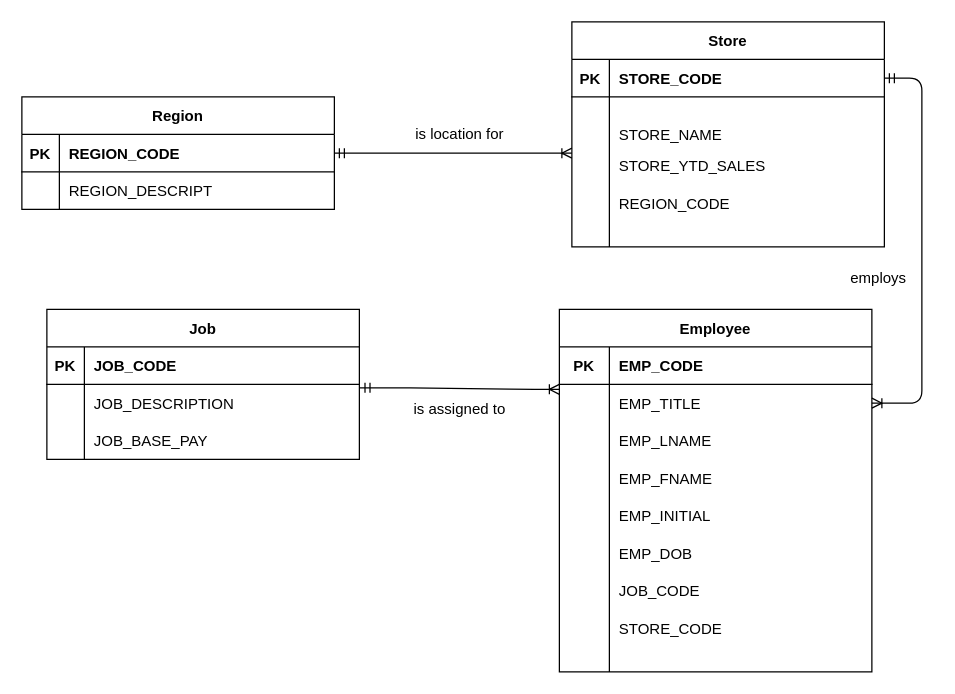
This is Untitled Diagram.drawio from khiru27/UM-stuff, a draw.io file, before an edit. Source tidied: cells renumbered, new cells numbered last; positions are measured from the earlier drawing's top-left corner, leaving out a move shared by most shapes. Both pictures are drawn from the tidied source at 125%, with x=0, y=0 at pixel (21, 21).
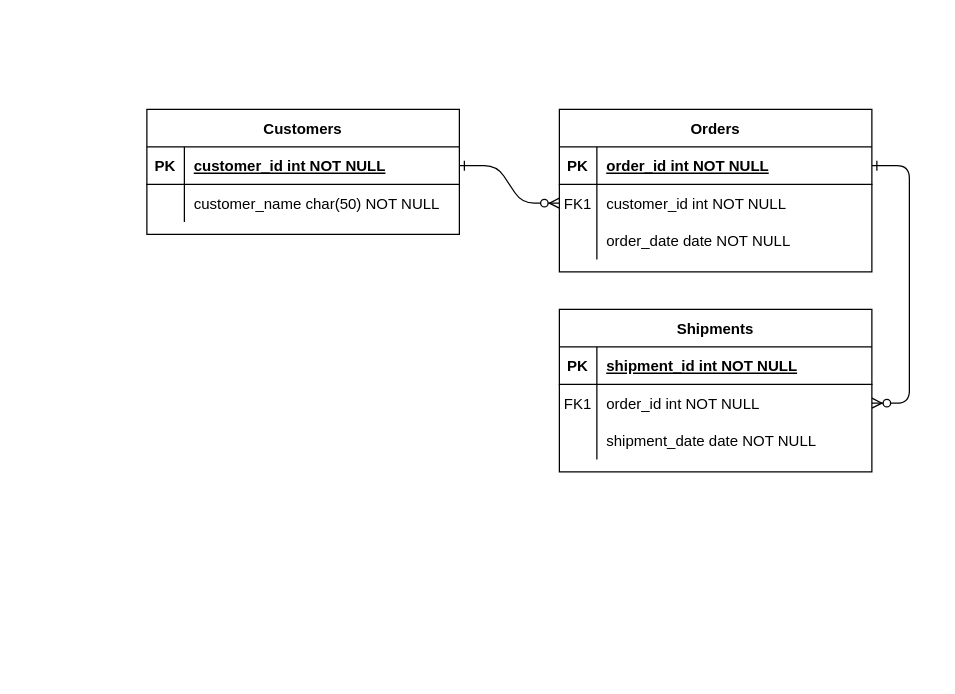
The same diagram, later.

The change refers to these unchanged cells:
```xml
<mxCell id="5" style="shape=partialRectangle;fillColor=none;points=[[0,0.5],[1,0.5]];portConstraint=eastwest;top=0;left=0;right=0;bottom=1;" parent="4" vertex="1">
  <mxGeometry y="30" width="250" height="30" as="geometry" />
</mxCell>
<mxCell id="15" style="shape=partialRectangle;fillColor=none;top=0;left=0;right=0;bottom=1;" parent="14" vertex="1">
  <mxGeometry y="30" width="250" height="30" as="geometry" />
</mxCell>
<mxCell id="18" style="shape=partialRectangle;fillColor=none;points=[[0,0.5],[1,0.5]];portConstraint=eastwest;top=0;left=0;right=0;bottom=0;" parent="14" vertex="1">
  <mxGeometry y="60" width="250" height="30" as="geometry" />
</mxCell>
<mxCell id="25" style="shape=partialRectangle;fillColor=none;points=[[0,0.5],[1,0.5]];portConstraint=eastwest;top=0;left=0;right=0;bottom=1;" parent="24" vertex="1">
  <mxGeometry y="30" width="250" height="30" as="geometry" />
</mxCell>
<mxCell id="28" style="shape=partialRectangle;fillColor=none;top=0;left=0;right=0;bottom=0;" parent="24" vertex="1">
  <mxGeometry y="60" width="250" height="30" as="geometry" />
</mxCell>
```

The edit, as a diff of the source:
```diff
@@
-    <mxCell id="2" style="edgeStyle=entityRelationEdgeStyle;endArrow=ERoneToMany;startArrow=ERmandOne;endFill=0;startFill=0;" parent="1" edge="1" source="25" target="8">
+    <mxCell id="2" style="edgeStyle=entityRelationEdgeStyle;endArrow=ERzeroToMany;startArrow=ERone;endFill=1;startFill=0;" parent="1" edge="1" source="25" target="8">
       <mxGeometry relative="1" as="geometry" />
     </mxCell>
-    <mxCell id="3" style="edgeStyle=entityRelationEdgeStyle;endArrow=ERoneToMany;startArrow=ERmandOne;endFill=0;startFill=0;" parent="1" edge="1" source="5" target="18">
+    <mxCell id="3" style="edgeStyle=entityRelationEdgeStyle;endArrow=ERzeroToMany;startArrow=ERone;endFill=1;startFill=0;" parent="1" edge="1" source="5" target="18">
       <mxGeometry relative="1" as="geometry" />
     </mxCell>
-    <mxCell id="4" value="Store" style="shape=table;startSize=30;childLayout=tableLayout;rowLines=0;fontStyle=1;align=center;" parent="1" vertex="1">
-      <mxGeometry x="440" width="250" height="180" as="geometry" />
+    <mxCell id="4" value="Orders" style="shape=table;startSize=30;childLayout=tableLayout;rowLines=0;fontStyle=1;align=center;" parent="1" vertex="1">
+      <mxGeometry x="430" y="70" width="250" height="130" as="geometry" />
     </mxCell>
@@
-    <mxCell id="7" value="STORE_CODE" style="shape=partialRectangle;overflow=hidden;fillColor=none;top=0;left=0;bottom=0;right=0;align=left;spacingLeft=6;fontStyle=1;" parent="5" vertex="1">
+    <mxCell id="7" value="order_id int NOT NULL " style="shape=partialRectangle;overflow=hidden;fillColor=none;top=0;left=0;bottom=0;right=0;align=left;spacingLeft=6;fontStyle=5;" parent="5" vertex="1">
       <mxGeometry x="30" width="220" height="30" as="geometry" />
     </mxCell>
     <mxCell id="8" style="shape=partialRectangle;fillColor=none;points=[[0,0.5],[1,0.5]];portConstraint=eastwest;top=0;left=0;right=0;bottom=0;" parent="4" vertex="1">
-      <mxGeometry y="60" width="250" height="90" as="geometry" />
+      <mxGeometry y="60" width="250" height="30" as="geometry" />
     </mxCell>
-    <mxCell id="9" style="shape=partialRectangle;overflow=hidden;fillColor=none;top=0;left=0;bottom=0;right=0;" parent="8" vertex="1">
-      <mxGeometry width="30" height="90" as="geometry" />
+    <mxCell id="9" value="FK1" style="shape=partialRectangle;overflow=hidden;fillColor=none;top=0;left=0;bottom=0;right=0;" parent="8" vertex="1">
+      <mxGeometry width="30" height="30" as="geometry" />
     </mxCell>
-    <mxCell id="10" style="shape=partialRectangle;overflow=hidden;fillColor=none;top=0;left=0;bottom=0;right=0;align=left;spacingLeft=6;" parent="8" vertex="1">
-      <mxGeometry x="30" width="220" height="90" as="geometry" />
+    <mxCell id="10" value="customer_id int NOT NULL" style="shape=partialRectangle;overflow=hidden;fillColor=none;top=0;left=0;bottom=0;right=0;align=left;spacingLeft=6;" parent="8" vertex="1">
+      <mxGeometry x="30" width="220" height="30" as="geometry" />
     </mxCell>
     <mxCell id="11" style="shape=partialRectangle;fillColor=none;top=0;left=0;right=0;bottom=0;" parent="4" vertex="1">
-      <mxGeometry y="150" width="250" height="30" as="geometry" />
+      <mxGeometry y="90" width="250" height="30" as="geometry" />
     </mxCell>
@@
-    <mxCell id="13" style="shape=partialRectangle;overflow=hidden;fillColor=none;top=0;left=0;bottom=0;right=0;align=left;spacingLeft=6;" parent="11" vertex="1">
+    <mxCell id="13" value="order_date date NOT NULL" style="shape=partialRectangle;overflow=hidden;fillColor=none;top=0;left=0;bottom=0;right=0;align=left;spacingLeft=6;" parent="11" vertex="1">
       <mxGeometry x="30" width="220" height="30" as="geometry" />
     </mxCell>
-    <mxCell id="14" value="Employee" style="shape=table;startSize=30;childLayout=tableLayout;rowLines=0;fontStyle=1;align=center;" parent="1" vertex="1">
-      <mxGeometry x="430" y="230" width="250" height="290" as="geometry" />
+    <mxCell id="14" value="Shipments" style="shape=table;startSize=30;childLayout=tableLayout;rowLines=0;fontStyle=1;align=center;" parent="1" vertex="1">
+      <mxGeometry x="430" y="230" width="250" height="130" as="geometry" />
     </mxCell>
@@
     <mxCell id="16" value="PK" style="shape=partialRectangle;overflow=hidden;fillColor=none;top=0;left=0;bottom=0;right=0;fontStyle=1;" parent="15" vertex="1">
-      <mxGeometry width="40" height="30" as="geometry" />
+      <mxGeometry width="30" height="30" as="geometry" />
     </mxCell>
-    <mxCell id="17" value="EMP_CODE" style="shape=partialRectangle;overflow=hidden;fillColor=none;top=0;left=0;bottom=0;right=0;align=left;spacingLeft=6;fontStyle=1;" parent="15" vertex="1">
-      <mxGeometry x="40" width="210" height="30" as="geometry" />
+    <mxCell id="17" value="shipment_id int NOT NULL " style="shape=partialRectangle;overflow=hidden;fillColor=none;top=0;left=0;bottom=0;right=0;align=left;spacingLeft=6;fontStyle=5;" parent="15" vertex="1">
+      <mxGeometry x="30" width="220" height="30" as="geometry" />
     </mxCell>
@@
-    <mxCell id="19" style="shape=partialRectangle;overflow=hidden;fillColor=none;top=0;left=0;bottom=0;right=0;" parent="18" vertex="1">
-      <mxGeometry width="40" height="30" as="geometry" />
+    <mxCell id="19" value="FK1" style="shape=partialRectangle;overflow=hidden;fillColor=none;top=0;left=0;bottom=0;right=0;" parent="18" vertex="1">
+      <mxGeometry width="30" height="30" as="geometry" />
     </mxCell>
-    <mxCell id="20" value="EMP_TITLE" style="shape=partialRectangle;overflow=hidden;fillColor=none;top=0;left=0;bottom=0;right=0;align=left;spacingLeft=6;" parent="18" vertex="1">
-      <mxGeometry x="40" width="210" height="30" as="geometry" />
+    <mxCell id="20" value="order_id int NOT NULL" style="shape=partialRectangle;overflow=hidden;fillColor=none;top=0;left=0;bottom=0;right=0;align=left;spacingLeft=6;" parent="18" vertex="1">
+      <mxGeometry x="30" width="220" height="30" as="geometry" />
     </mxCell>
     <mxCell id="21" style="shape=partialRectangle;fillColor=none;top=0;left=0;right=0;bottom=0;" parent="14" vertex="1">
-      <mxGeometry y="90" width="250" height="200" as="geometry" />
+      <mxGeometry y="90" width="250" height="30" as="geometry" />
     </mxCell>
     <mxCell id="22" style="shape=partialRectangle;overflow=hidden;fillColor=none;top=0;left=0;bottom=0;right=0;" parent="21" vertex="1">
-      <mxGeometry width="40" height="200" as="geometry" />
+      <mxGeometry width="30" height="30" as="geometry" />
     </mxCell>
-    <mxCell id="23" style="shape=partialRectangle;overflow=hidden;fillColor=none;top=0;left=0;bottom=0;right=0;align=left;spacingLeft=6;" parent="21" vertex="1">
-      <mxGeometry x="40" width="210" height="200" as="geometry" />
+    <mxCell id="23" value="shipment_date date NOT NULL" style="shape=partialRectangle;overflow=hidden;fillColor=none;top=0;left=0;bottom=0;right=0;align=left;spacingLeft=6;" parent="21" vertex="1">
+      <mxGeometry x="30" width="220" height="30" as="geometry" />
     </mxCell>
-    <mxCell id="24" value="Region" style="shape=table;startSize=30;childLayout=tableLayout;rowLines=0;fontStyle=1;align=center;" parent="1" vertex="1">
-      <mxGeometry y="60" width="250" height="90" as="geometry" />
+    <mxCell id="24" value="Customers" style="shape=table;startSize=30;childLayout=tableLayout;rowLines=0;fontStyle=1;align=center;" parent="1" vertex="1">
+      <mxGeometry x="100" y="70" width="250" height="100" as="geometry" />
     </mxCell>
@@
-    <mxCell id="27" value="REGION_CODE" style="shape=partialRectangle;overflow=hidden;fillColor=none;top=0;left=0;bottom=0;right=0;align=left;spacingLeft=6;fontStyle=1;" parent="25" vertex="1">
+    <mxCell id="27" value="customer_id int NOT NULL " style="shape=partialRectangle;overflow=hidden;fillColor=none;top=0;left=0;bottom=0;right=0;align=left;spacingLeft=6;fontStyle=5;" parent="25" vertex="1">
       <mxGeometry x="30" width="220" height="30" as="geometry" />
     </mxCell>
@@
-    <mxCell id="30" value="REGION_DESCRIPT" style="shape=partialRectangle;overflow=hidden;fillColor=none;top=0;left=0;bottom=0;right=0;align=left;spacingLeft=6;" parent="28" vertex="1">
+    <mxCell id="30" value="customer_name char(50) NOT NULL" style="shape=partialRectangle;overflow=hidden;fillColor=none;top=0;left=0;bottom=0;right=0;align=left;spacingLeft=6;" parent="28" vertex="1">
       <mxGeometry x="30" width="220" height="30" as="geometry" />
     </mxCell>
-    <mxCell id="31" value="Job" style="shape=table;startSize=30;childLayout=tableLayout;rowLines=0;fontStyle=1;align=center;" parent="1" vertex="1">
-      <mxGeometry x="20" y="230" width="250" height="120" as="geometry" />
-    </mxCell>
-    <mxCell id="32" style="shape=partialRectangle;fillColor=none;top=0;left=0;right=0;bottom=1;fontStyle=4;" parent="31" vertex="1">
-      <mxGeometry y="30" width="250" height="30" as="geometry" />
-    </mxCell>
-    <mxCell id="33" value="PK" style="shape=partialRectangle;overflow=hidden;fillColor=none;top=0;left=0;bottom=0;right=0;fontStyle=1;" parent="32" vertex="1">
-      <mxGeometry width="30" height="30" as="geometry" />
-    </mxCell>
-    <mxCell id="34" value="JOB_CODE" style="shape=partialRectangle;overflow=hidden;fillColor=none;top=0;left=0;bottom=0;right=0;align=left;spacingLeft=6;fontStyle=1;" parent="32" vertex="1">
-      <mxGeometry x="30" width="220" height="30" as="geometry" />
-    </mxCell>
-    <mxCell id="35" style="shape=partialRectangle;fillColor=none;points=[[0,0.5],[1,0.5]];portConstraint=eastwest;top=0;left=0;right=0;bottom=0;" parent="31" vertex="1">
-      <mxGeometry y="60" width="250" height="30" as="geometry" />
-    </mxCell>
-    <mxCell id="36" style="shape=partialRectangle;overflow=hidden;fillColor=none;top=0;left=0;bottom=0;right=0;" parent="35" vertex="1">
-      <mxGeometry width="30" height="30" as="geometry" />
-    </mxCell>
-    <mxCell id="37" value="JOB_DESCRIPTION" style="shape=partialRectangle;overflow=hidden;fillColor=none;top=0;left=0;bottom=0;right=0;align=left;spacingLeft=6;" parent="35" vertex="1">
-      <mxGeometry x="30" width="220" height="30" as="geometry" />
-    </mxCell>
-    <mxCell id="38" style="shape=partialRectangle;fillColor=none;top=0;left=0;right=0;bottom=0;" parent="31" vertex="1">
-      <mxGeometry y="90" width="250" height="30" as="geometry" />
-    </mxCell>
-    <mxCell id="39" style="shape=partialRectangle;overflow=hidden;fillColor=none;top=0;left=0;bottom=0;right=0;" parent="38" vertex="1">
-      <mxGeometry width="30" height="30" as="geometry" />
-    </mxCell>
-    <mxCell id="40" value="JOB_BASE_PAY" style="shape=partialRectangle;overflow=hidden;fillColor=none;top=0;left=0;bottom=0;right=0;align=left;spacingLeft=6;" parent="38" vertex="1">
-      <mxGeometry x="30" width="220" height="30" as="geometry" />
-    </mxCell>
-    <mxCell id="41" style="edgeStyle=entityRelationEdgeStyle;endArrow=ERoneToMany;startArrow=ERmandOne;endFill=0;startFill=0;exitX=1.002;exitY=0.09;exitDx=0;exitDy=0;exitPerimeter=0;entryX=0;entryY=0.133;entryDx=0;entryDy=0;entryPerimeter=0;" parent="1" edge="1" source="35" target="18">
-      <mxGeometry relative="1" as="geometry" />
-    </mxCell>
-    <mxCell id="42" style="shape=partialRectangle;fillColor=none;top=0;left=0;right=0;bottom=0;" parent="1" vertex="1">
-      <mxGeometry x="440" y="130" width="250" height="30" as="geometry" />
-    </mxCell>
-    <mxCell id="43" style="shape=partialRectangle;overflow=hidden;fillColor=none;top=0;left=0;bottom=0;right=0;" parent="42" vertex="1">
-      <mxGeometry width="30" height="30" as="geometry" />
-    </mxCell>
-    <mxCell id="44" value="REGION_CODE" style="shape=partialRectangle;overflow=hidden;fillColor=none;top=0;left=0;bottom=0;right=0;align=left;spacingLeft=6;" parent="42" vertex="1">
-      <mxGeometry x="30" width="220" height="30" as="geometry" />
-    </mxCell>
-    <mxCell id="45" value="EMP_FNAME" style="shape=partialRectangle;overflow=hidden;fillColor=none;top=0;left=0;bottom=0;right=0;align=left;spacingLeft=6;" parent="1" vertex="1">
-      <mxGeometry x="470" y="350" width="220" height="30" as="geometry" />
-    </mxCell>
-    <mxCell id="46" value="EMP_INITIAL" style="shape=partialRectangle;overflow=hidden;fillColor=none;top=0;left=0;bottom=0;right=0;align=left;spacingLeft=6;" parent="1" vertex="1">
-      <mxGeometry x="470" y="380" width="220" height="30" as="geometry" />
-    </mxCell>
-    <mxCell id="47" value="EMP_DOB" style="shape=partialRectangle;overflow=hidden;fillColor=none;top=0;left=0;bottom=0;right=0;align=left;spacingLeft=6;" parent="1" vertex="1">
-      <mxGeometry x="470" y="410" width="220" height="30" as="geometry" />
-    </mxCell>
-    <mxCell id="48" value="JOB_CODE" style="shape=partialRectangle;overflow=hidden;fillColor=none;top=0;left=0;bottom=0;right=0;align=left;spacingLeft=6;" parent="1" vertex="1">
-      <mxGeometry x="470" y="440" width="220" height="30" as="geometry" />
-    </mxCell>
-    <mxCell id="49" value="STORE_CODE" style="shape=partialRectangle;overflow=hidden;fillColor=none;top=0;left=0;bottom=0;right=0;align=left;spacingLeft=6;" parent="1" vertex="1">
-      <mxGeometry x="470" y="470" width="220" height="30" as="geometry" />
-    </mxCell>
-    <mxCell id="50" value="EMP_LNAME" style="shape=partialRectangle;overflow=hidden;fillColor=none;top=0;left=0;bottom=0;right=0;align=left;spacingLeft=6;" parent="1" vertex="1">
-      <mxGeometry x="470" y="320" width="220" height="30" as="geometry" />
-    </mxCell>
-    <mxCell id="51" style="shape=partialRectangle;fillColor=none;top=0;left=0;right=0;bottom=0;" parent="1" vertex="1">
-      <mxGeometry x="440" y="75" width="250" height="30" as="geometry" />
-    </mxCell>
-    <mxCell id="52" style="shape=partialRectangle;overflow=hidden;fillColor=none;top=0;left=0;bottom=0;right=0;" parent="51" vertex="1">
-      <mxGeometry width="30" height="30" as="geometry" />
-    </mxCell>
-    <mxCell id="53" value="STORE_NAME" style="shape=partialRectangle;overflow=hidden;fillColor=none;top=0;left=0;bottom=0;right=0;align=left;spacingLeft=6;" parent="51" vertex="1">
-      <mxGeometry x="30" width="220" height="30" as="geometry" />
-    </mxCell>
-    <mxCell id="54" style="shape=partialRectangle;fillColor=none;top=0;left=0;right=0;bottom=0;" parent="1" vertex="1">
-      <mxGeometry x="440" y="100" width="250" height="30" as="geometry" />
-    </mxCell>
-    <mxCell id="55" style="shape=partialRectangle;overflow=hidden;fillColor=none;top=0;left=0;bottom=0;right=0;" parent="54" vertex="1">
-      <mxGeometry width="30" height="30" as="geometry" />
-    </mxCell>
-    <mxCell id="56" value="STORE_YTD_SALES" style="shape=partialRectangle;overflow=hidden;fillColor=none;top=0;left=0;bottom=0;right=0;align=left;spacingLeft=6;" parent="54" vertex="1">
-      <mxGeometry x="30" width="220" height="30" as="geometry" />
-    </mxCell>
-    <mxCell id="57" value="employs" style="text;html=1;align=center;verticalAlign=middle;strokeColor=none;fillColor=none;" parent="1" vertex="1">
-      <mxGeometry x="650" y="190" width="70" height="30" as="geometry" />
-    </mxCell>
-    <mxCell id="58" value="is location for" style="text;html=1;align=center;verticalAlign=middle;strokeColor=none;fillColor=none;" parent="1" vertex="1">
-      <mxGeometry x="305" y="75" width="90" height="30" as="geometry" />
-    </mxCell>
-    <mxCell id="59" value="is assigned to" style="text;html=1;align=center;verticalAlign=middle;strokeColor=none;fillColor=none;" parent="1" vertex="1">
-      <mxGeometry x="300" y="295" width="100" height="30" as="geometry" />
-    </mxCell>
```
